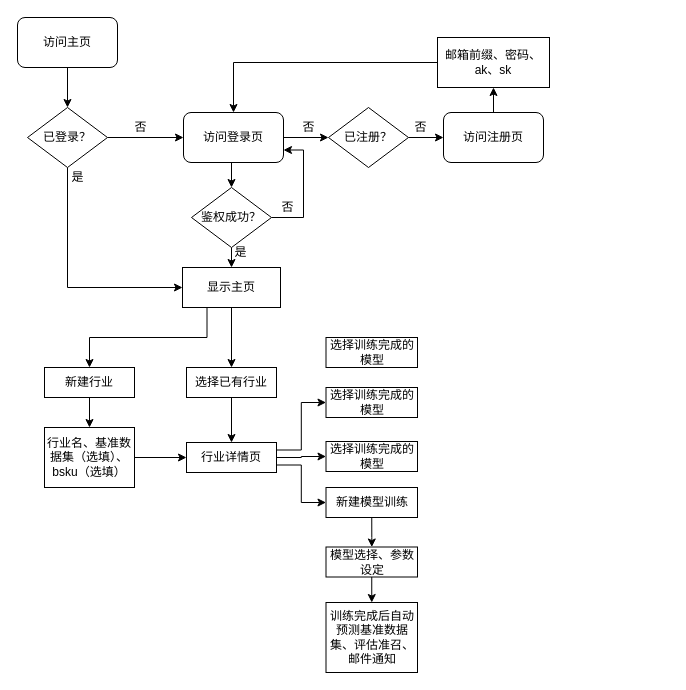
Earlier version of the draw.io diagram Untitled Diagram.drawio (cultivater/hello-world). Source tidied: cells renumbered, new cells numbered last; positions are measured from the earlier drawing's top-left corner, leaving out a move shared by most shapes. Both pictures are drawn from the tidied source at 100%, with x=0, y=0 at pixel (17, 17).
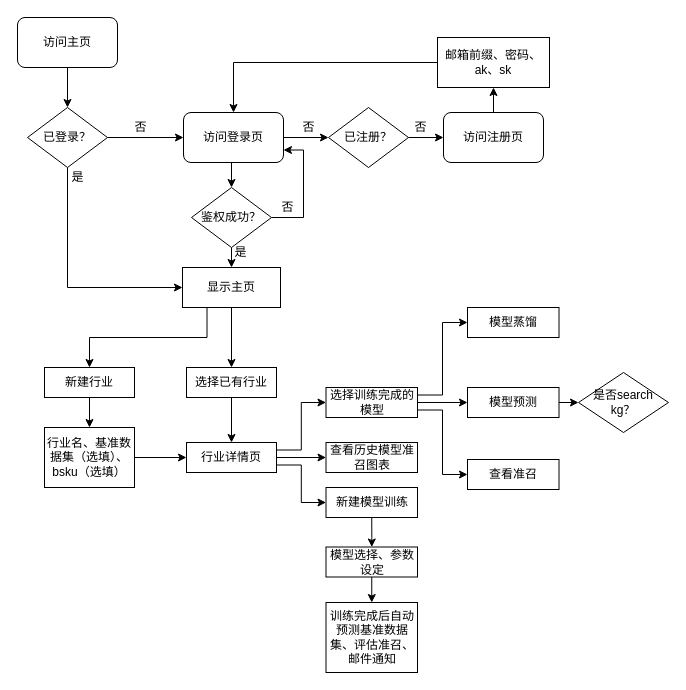
The same diagram, later.

The change refers to these unchanged cells:
```xml
<mxCell id="38" value="选择训练完成的模型" style="rounded=0;whiteSpace=wrap;html=1;" parent="1" vertex="1">
  <mxGeometry x="308.5" y="370" width="91.5" height="30" as="geometry" />
</mxCell>
```

What changed in the source:
```diff
@@
+    <mxCell id="46" style="edgeStyle=orthogonalEdgeStyle;rounded=0;jettySize=auto;html=1;exitX=1;exitY=0.25;exitDx=0;exitDy=0;entryX=0;entryY=0.5;entryDx=0;entryDy=0;" parent="1" edge="1" source="38" target="51">
+      <mxGeometry relative="1" as="geometry" />
+    </mxCell>
+    <mxCell id="47" style="edgeStyle=orthogonalEdgeStyle;rounded=0;jettySize=auto;html=1;exitX=1;exitY=0.5;exitDx=0;exitDy=0;entryX=0;entryY=0.5;entryDx=0;entryDy=0;" parent="1" edge="1" source="38" target="44">
+      <mxGeometry relative="1" as="geometry" />
+    </mxCell>
+    <mxCell id="48" style="edgeStyle=orthogonalEdgeStyle;rounded=0;jettySize=auto;html=1;exitX=1;exitY=0.75;exitDx=0;exitDy=0;entryX=0;entryY=0.5;entryDx=0;entryDy=0;" parent="1" edge="1" source="38" target="50">
+      <mxGeometry relative="1" as="geometry" />
+    </mxCell>
@@
+    <mxCell id="49" style="edgeStyle=orthogonalEdgeStyle;rounded=0;jettySize=auto;html=1;exitX=1;exitY=0.5;exitDx=0;exitDy=0;entryX=0;entryY=0.5;entryDx=0;entryDy=0;" parent="1" edge="1" source="44" target="52">
+      <mxGeometry relative="1" as="geometry" />
+    </mxCell>
-    <mxCell id="44" value="选择训练完成的模型" style="rounded=0;whiteSpace=wrap;html=1;" parent="1" vertex="1">
-      <mxGeometry x="308.5" y="320" width="91.5" height="30" as="geometry" />
+    <mxCell id="44" value="模型预测" style="rounded=0;whiteSpace=wrap;html=1;" parent="1" vertex="1">
+      <mxGeometry x="450" y="370" width="91.5" height="30" as="geometry" />
     </mxCell>
-    <mxCell id="45" value="选择训练完成的模型" style="rounded=0;whiteSpace=wrap;html=1;" parent="1" vertex="1">
-      <mxGeometry x="308.5" y="424" width="91.5" height="30" as="geometry" />
+    <mxCell id="45" value="查看历史模型准召图表" style="rounded=0;whiteSpace=wrap;html=1;" parent="1" vertex="1">
+      <mxGeometry x="308.5" y="425" width="91.5" height="30" as="geometry" />
     </mxCell>
+    <mxCell id="50" value="查看准召" style="rounded=0;whiteSpace=wrap;html=1;" parent="1" vertex="1">
+      <mxGeometry x="450" y="442" width="91.5" height="30" as="geometry" />
+    </mxCell>
+    <mxCell id="51" value="模型蒸馏" style="rounded=0;whiteSpace=wrap;html=1;" parent="1" vertex="1">
+      <mxGeometry x="450" y="290" width="91.5" height="30" as="geometry" />
+    </mxCell>
+    <mxCell id="52" value="是否search kg？" style="rhombus;whiteSpace=wrap;html=1;" parent="1" vertex="1">
+      <mxGeometry x="561" y="355" width="90" height="60" as="geometry" />
+    </mxCell>
```
